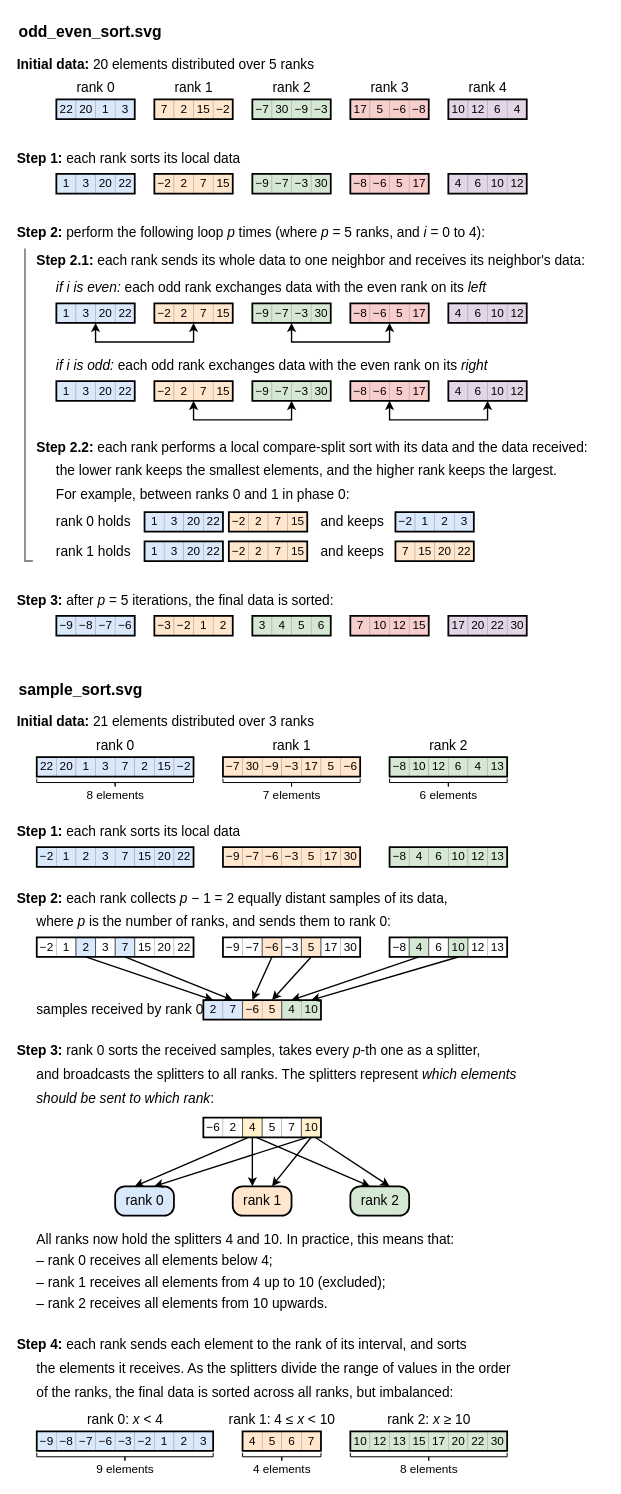
brunomaga/brunomaga.github.io keeps this draw.io diagram as assets/distributed-sort/distributed-sort.drawio. Above is the earlier version. Source tidied: cells renumbered, new cells numbered last; positions are measured from the earlier drawing's top-left corner, leaving out a move shared by most shapes. Both pictures are drawn from the tidied source at 98%, with x=0, y=0 at pixel (17, 17).
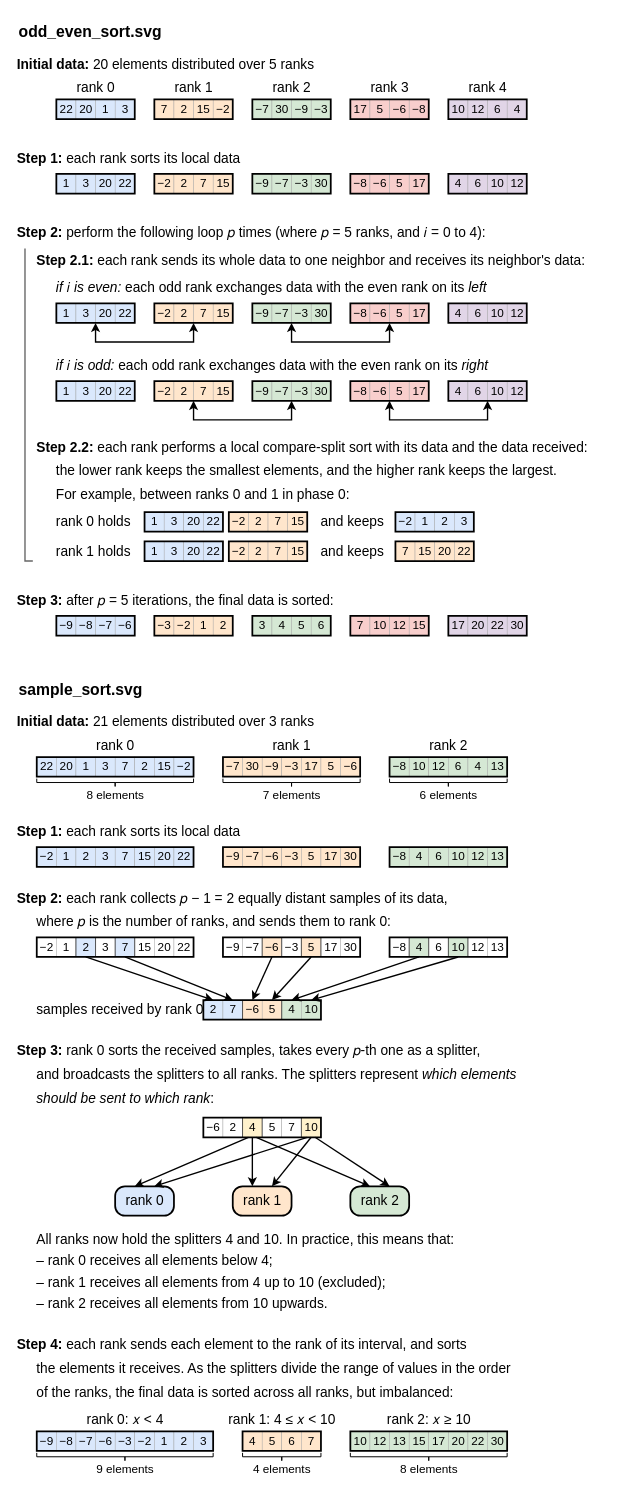
The same diagram, later.

Unchanged cells that the change refers to:
```xml
<mxCell id="3" style="group;fontFamily=Source Sans 3;" parent="1" vertex="1">
  <mxGeometry y="40" width="580" height="591" as="geometry" />
</mxCell>
<mxCell id="184" style="group;fontFamily=Source Sans 3;" parent="1" vertex="1">
  <mxGeometry y="711" width="500" height="766.4" as="geometry" />
</mxCell>
```

Change to the diagram source:
```diff
@@
-    <mxCell id="51" value="&lt;b&gt;Step 2:&lt;/b&gt; perform the following loop &lt;i&gt;&lt;span style=&quot;font-family: NewComputerModernSansMath;&quot;&gt;p&lt;/span&gt;&lt;/i&gt; times (where &lt;span style=&quot;font-family: NewComputerModernSansMath;&quot;&gt;&lt;i&gt;p&lt;/i&gt; = 5&lt;/span&gt; ranks, and &lt;span style=&quot;font-family: NewComputerModernSansMath;&quot;&gt;&lt;i&gt;i&lt;/i&gt; = 0&lt;/span&gt; to 4):" style="text;html=1;whiteSpace=nowrap;align=left;verticalAlign=middle;spacing=0;fontFamily=Source Sans 3;fontSize=14;fontColor=#000000;fontStyle=0;" parent="3" vertex="1">
+    <mxCell id="51" value="&lt;b&gt;Step 2:&lt;/b&gt; perform the following loop &lt;span style=&quot;font-family: NewComputerModernSansMath;&quot;&gt;𝑝&lt;/span&gt; times (where &lt;span style=&quot;font-family: NewComputerModernSansMath;&quot;&gt;𝑝 = 5&lt;/span&gt; ranks, and &lt;span style=&quot;font-family: NewComputerModernSansMath;&quot;&gt;𝑖 = 0&lt;/span&gt; to 4):" style="text;html=1;whiteSpace=nowrap;align=left;verticalAlign=middle;spacing=0;fontFamily=Source Sans 3;fontSize=14;fontColor=#000000;fontStyle=0;" parent="3" vertex="1">
       <mxGeometry y="172" width="459.2" height="16.8" as="geometry" />
     </mxCell>
@@
-    <mxCell id="54" value="&lt;i&gt;if &lt;span style=&quot;font-family: NewComputerModernSansMath;&quot;&gt;i&lt;/span&gt; is even:&lt;/i&gt; each odd rank exchanges data with the even rank on its &lt;i&gt;left&lt;/i&gt;" style="text;html=1;whiteSpace=nowrap;align=left;verticalAlign=middle;spacing=0;fontFamily=Source Sans 3;fontSize=14;fontColor=#000000;fontStyle=0;" parent="3" vertex="1">
+    <mxCell id="54" value="&lt;i&gt;if &lt;span style=&quot;font-family: NewComputerModernSansMath; font-style: normal;&quot;&gt;𝑖&lt;/span&gt; is even:&lt;/i&gt; each odd rank exchanges data with the even rank on its &lt;i&gt;left&lt;/i&gt;" style="text;html=1;whiteSpace=nowrap;align=left;verticalAlign=middle;spacing=0;fontFamily=Source Sans 3;fontSize=14;fontColor=#000000;fontStyle=0;" parent="3" vertex="1">
       <mxGeometry x="40" y="228" width="406.7" height="16.8" as="geometry" />
     </mxCell>
@@
-    <mxCell id="77" value="&lt;i&gt;if &lt;span style=&quot;font-family: NewComputerModernSansMath;&quot;&gt;i&lt;/span&gt; is odd:&lt;/i&gt; each odd rank exchanges data with the even rank on its &lt;i&gt;right&lt;/i&gt;" style="text;html=1;whiteSpace=nowrap;align=left;verticalAlign=middle;spacing=0;fontFamily=Source Sans 3;fontSize=14;fontColor=#000000;fontStyle=0;" parent="3" vertex="1">
+    <mxCell id="77" value="&lt;i&gt;if &lt;span style=&quot;font-family: NewComputerModernSansMath; font-style: normal;&quot;&gt;𝑖&lt;/span&gt; is odd:&lt;/i&gt; each odd rank exchanges data with the even rank on its &lt;i&gt;right&lt;/i&gt;" style="text;html=1;whiteSpace=nowrap;align=left;verticalAlign=middle;spacing=0;fontFamily=Source Sans 3;fontSize=14;fontColor=#000000;fontStyle=0;" parent="3" vertex="1">
       <mxGeometry x="40" y="307.5" width="410.5" height="16.8" as="geometry" />
     </mxCell>
@@
-    <mxCell id="131" value="&lt;b&gt;Step 3:&lt;/b&gt; after &lt;span style=&quot;font-family: NewComputerModernSansMath;&quot;&gt;&lt;i&gt;p&lt;/i&gt; = 5&lt;/span&gt; iterations, the final data is sorted:" style="text;html=1;whiteSpace=nowrap;align=left;verticalAlign=middle;spacing=0;fontFamily=Source Sans 3;fontSize=14;fontColor=#000000;fontStyle=0;" parent="3" vertex="1">
+    <mxCell id="131" value="&lt;b&gt;Step 3:&lt;/b&gt; after &lt;span style=&quot;font-family: NewComputerModernSansMath;&quot;&gt;𝑝 = 5&lt;/span&gt; iterations, the final data is sorted:" style="text;html=1;whiteSpace=nowrap;align=left;verticalAlign=middle;spacing=0;fontFamily=Source Sans 3;fontSize=14;fontColor=#000000;fontStyle=0;" parent="3" vertex="1">
       <mxGeometry y="547" width="310.4" height="16.8" as="geometry" />
     </mxCell>
@@
-    <mxCell id="241" value="&lt;b&gt;Step 2:&lt;/b&gt; each rank collects &lt;span style=&quot;font-family: NewComputerModernSansMath;&quot;&gt;&lt;i&gt;p&lt;/i&gt; − 1 = 2&lt;/span&gt; equally distant samples of its data," style="text;html=1;whiteSpace=nowrap;align=left;verticalAlign=middle;spacing=0;fontFamily=Source Sans 3;fontSize=14;fontColor=#000000;fontStyle=0;" parent="184" vertex="1">
+    <mxCell id="241" value="&lt;b&gt;Step 2:&lt;/b&gt; each rank collects &lt;span style=&quot;font-family: NewComputerModernSansMath;&quot;&gt;𝑝 − 1 = 2&lt;/span&gt; equally distant samples of its data," style="text;html=1;whiteSpace=nowrap;align=left;verticalAlign=middle;spacing=0;fontFamily=Source Sans 3;fontSize=14;fontColor=#000000;fontStyle=0;" parent="184" vertex="1">
       <mxGeometry y="180" width="421.8" height="16.8" as="geometry" />
     </mxCell>
-    <mxCell id="242" value="where &lt;i&gt;&lt;span style=&quot;font-family: NewComputerModernSansMath;&quot;&gt;p&lt;/span&gt;&lt;/i&gt; is the number of ranks, and sends them to rank 0:" style="text;html=1;whiteSpace=nowrap;align=left;verticalAlign=middle;spacing=0;fontFamily=Source Sans 3;fontSize=14;fontColor=#000000;fontStyle=0;" parent="184" vertex="1">
+    <mxCell id="242" value="where &lt;span style=&quot;font-family: NewComputerModernSansMath;&quot;&gt;𝑝&lt;/span&gt; is the number of ranks, and sends them to rank 0:" style="text;html=1;whiteSpace=nowrap;align=left;verticalAlign=middle;spacing=0;fontFamily=Source Sans 3;fontSize=14;fontColor=#000000;fontStyle=0;" parent="184" vertex="1">
       <mxGeometry x="20" y="204" width="337.6" height="16.8" as="geometry" />
     </mxCell>
@@
-    <mxCell id="300" value="&lt;b&gt;Step 3:&lt;/b&gt; rank 0 sorts the received samples, takes every &lt;i&gt;&lt;span style=&quot;font-family: NewComputerModernSansMath;&quot;&gt;p&lt;/span&gt;&lt;/i&gt;-th one as a splitter," style="text;html=1;whiteSpace=nowrap;align=left;verticalAlign=middle;spacing=0;fontFamily=Source Sans 3;fontSize=14;fontColor=#000000;fontStyle=0;" parent="184" vertex="1">
+    <mxCell id="300" value="&lt;b&gt;Step 3:&lt;/b&gt; rank 0 sorts the received samples, takes every &lt;span style=&quot;font-family: NewComputerModernSansMath;&quot;&gt;𝑝&lt;/span&gt;-th one as a splitter," style="text;html=1;whiteSpace=nowrap;align=left;verticalAlign=middle;spacing=0;fontFamily=Source Sans 3;fontSize=14;fontColor=#000000;fontStyle=0;" parent="184" vertex="1">
       <mxGeometry y="336" width="438.7" height="16.8" as="geometry" />
     </mxCell>
@@
-    <mxCell id="310" value="rank 0: &lt;span style=&quot;font-family: NewComputerModernSansMath;&quot;&gt;&lt;i&gt;x&lt;/i&gt; &amp;lt; 4&lt;/span&gt;" style="text;html=1;whiteSpace=nowrap;align=center;verticalAlign=middle;spacing=0;fontFamily=Source Sans 3;fontSize=14;fontColor=#000000;fontStyle=0;" parent="184" vertex="1">
+    <mxCell id="310" value="rank 0: &lt;span style=&quot;font-family: NewComputerModernSansMath;&quot;&gt;𝑥 &amp;lt; 4&lt;/span&gt;" style="text;html=1;whiteSpace=nowrap;align=center;verticalAlign=middle;spacing=0;fontFamily=Source Sans 3;fontSize=14;fontColor=#000000;fontStyle=0;" parent="184" vertex="1">
       <mxGeometry x="71.4" y="712" width="77.2" height="16.8" as="geometry" />
     </mxCell>
@@
-    <mxCell id="320" value="rank 1: &lt;span style=&quot;font-family: NewComputerModernSansMath;&quot;&gt;4 ≤ &lt;i&gt;x&lt;/i&gt; &amp;lt; 10&lt;/span&gt;" style="text;html=1;whiteSpace=nowrap;align=center;verticalAlign=middle;spacing=0;fontFamily=Source Sans 3;fontSize=14;fontColor=#000000;fontStyle=0;" parent="184" vertex="1">
+    <mxCell id="320" value="rank 1: &lt;span style=&quot;font-family: NewComputerModernSansMath;&quot;&gt;4 ≤ 𝑥 &amp;lt; 10&lt;/span&gt;" style="text;html=1;whiteSpace=nowrap;align=center;verticalAlign=middle;spacing=0;fontFamily=Source Sans 3;fontSize=14;fontColor=#000000;fontStyle=0;" parent="184" vertex="1">
       <mxGeometry x="214.3" y="712" width="111.4" height="16.8" as="geometry" />
     </mxCell>
@@
-    <mxCell id="325" value="rank 2: &lt;span style=&quot;font-family: NewComputerModernSansMath;&quot;&gt;&lt;i&gt;x&lt;/i&gt; ≥ 10&lt;/span&gt;" style="text;html=1;whiteSpace=nowrap;align=center;verticalAlign=middle;spacing=0;fontFamily=Source Sans 3;fontSize=14;fontColor=#000000;fontStyle=0;" parent="184" vertex="1">
+    <mxCell id="325" value="rank 2: &lt;span style=&quot;font-family: NewComputerModernSansMath;&quot;&gt;𝑥 ≥ 10&lt;/span&gt;" style="text;html=1;whiteSpace=nowrap;align=center;verticalAlign=middle;spacing=0;fontFamily=Source Sans 3;fontSize=14;fontColor=#000000;fontStyle=0;" parent="184" vertex="1">
       <mxGeometry x="377.9" y="712" width="84.2" height="16.8" as="geometry" />
     </mxCell>
```
